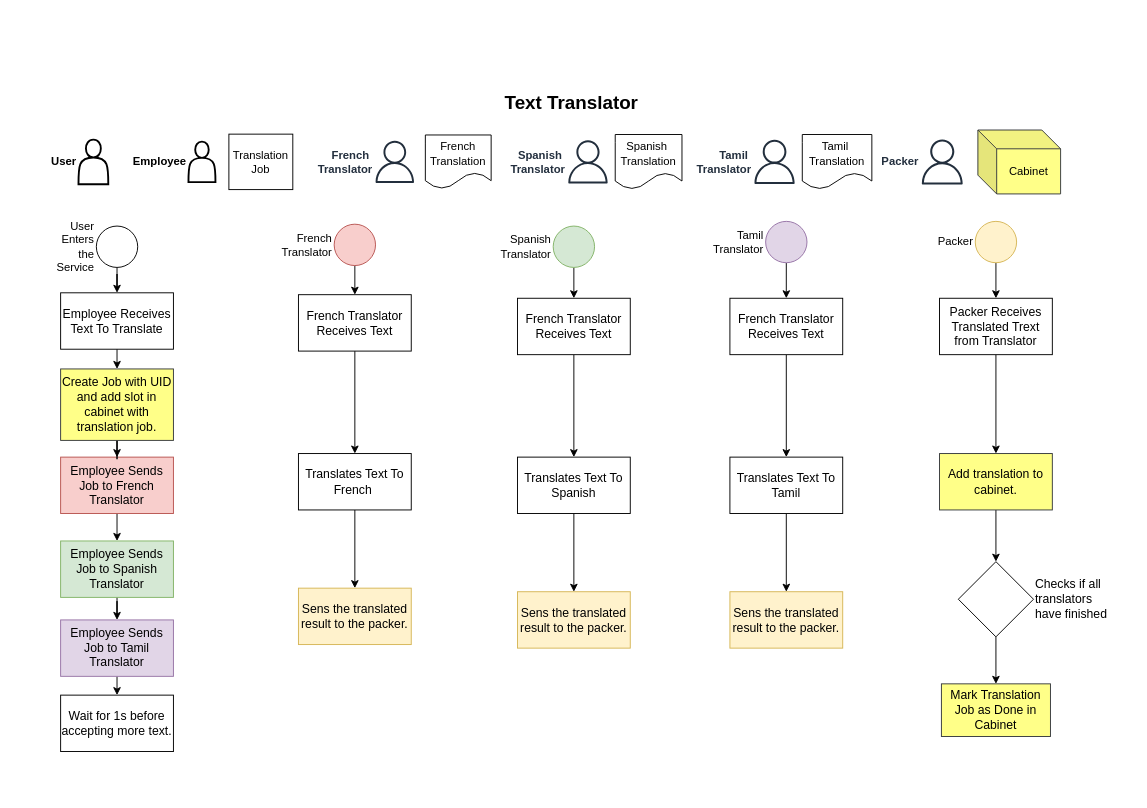
vishalpalaniappan/asp-adli-python keeps this draw.io diagram as page "text-translator" (6 of 7) of sample/LibraryManager.drawio. Above is the earlier version. Source tidied: cells renumbered, new cells numbered last; positions are measured from the earlier drawing's top-left corner, leaving out a move shared by most shapes. Both pictures are drawn from the tidied source at 94%, with x=0, y=0 at pixel (16, 70).
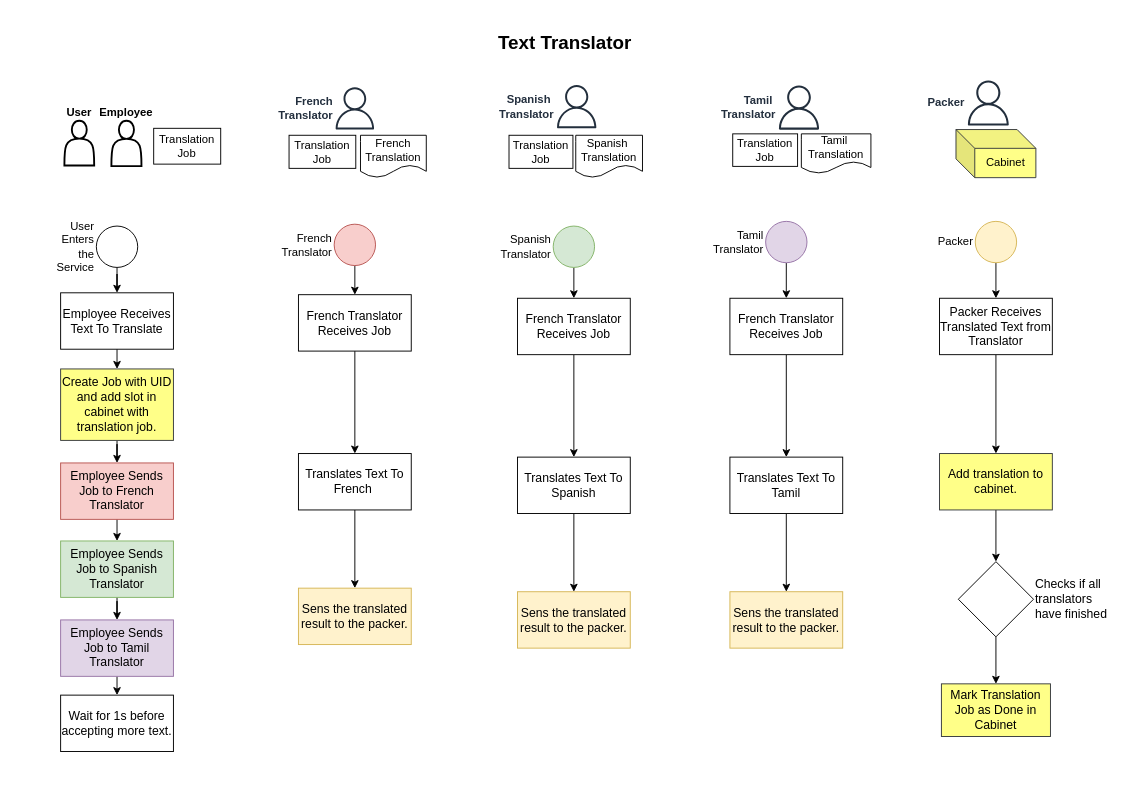
Above is the later version.

The edit, as a diff of the source:
```diff
@@
     <mxCell id="2" style="rounded=0;whiteSpace=wrap;html=1;strokeColor=none;" parent="1" vertex="1">
-      <mxGeometry width="1186" height="769" as="geometry" />
+      <mxGeometry y="-57" width="1186" height="826" as="geometry" />
     </mxCell>
@@
     <mxCell id="5" value="Text Translator&amp;nbsp;" style="text;html=1;align=center;verticalAlign=middle;whiteSpace=wrap;rounded=0;fontSize=20;fontStyle=1;" parent="1" vertex="1">
-      <mxGeometry x="437.5" y="19" width="311" height="30" as="geometry" />
+      <mxGeometry x="431" y="-45" width="311" height="30" as="geometry" />
     </mxCell>
-    <mxCell id="6" value="User" style="shape=actor;whiteSpace=wrap;html=1;strokeWidth=2;fontStyle=1;labelPosition=left;verticalLabelPosition=middle;align=right;verticalAlign=middle;fontSize=12;" parent="1" vertex="1">
-      <mxGeometry x="66" y="74" width="31.7" height="47.5" as="geometry" />
+    <mxCell id="6" value="User" style="shape=actor;whiteSpace=wrap;html=1;strokeWidth=2;fontStyle=1;labelPosition=center;verticalLabelPosition=top;align=center;verticalAlign=bottom;fontSize=12;" parent="1" vertex="1">
+      <mxGeometry x="51" y="54" width="31.7" height="47.5" as="geometry" />
     </mxCell>
-    <mxCell id="7" value="French&amp;nbsp;&lt;div style=&quot;font-size: 12px;&quot;&gt;Translator&lt;/div&gt;" style="sketch=0;fontColor=#232F3E;gradientColor=none;fillColor=#232F3D;strokeColor=none;dashed=0;verticalLabelPosition=middle;verticalAlign=middle;align=right;html=1;fontSize=12;fontStyle=1;shape=mxgraph.aws4.user;labelPosition=left;" parent="1" vertex="1">
-      <mxGeometry x="380" y="75.2" width="45" height="45" as="geometry" />
+    <mxCell id="7" value="&lt;div&gt;French&lt;/div&gt;&lt;div&gt;Translator&lt;/div&gt;" style="sketch=0;fontColor=#232F3E;gradientColor=none;fillColor=#232F3D;strokeColor=none;dashed=0;verticalLabelPosition=middle;verticalAlign=middle;align=right;html=1;fontSize=12;fontStyle=1;shape=mxgraph.aws4.user;labelPosition=left;" parent="1" vertex="1">
+      <mxGeometry x="337.5" y="18.3" width="45" height="45" as="geometry" />
     </mxCell>
     <mxCell id="8" value="Spanish&amp;nbsp;&lt;div style=&quot;font-size: 12px;&quot;&gt;Translator&lt;/div&gt;" style="sketch=0;fontColor=#232F3E;gradientColor=none;fillColor=#232F3D;strokeColor=none;dashed=0;verticalLabelPosition=middle;verticalAlign=middle;align=right;html=1;fontSize=12;fontStyle=1;shape=mxgraph.aws4.user;labelPosition=left;" parent="1" vertex="1">
-      <mxGeometry x="585" y="74.8" width="46" height="46" as="geometry" />
+      <mxGeometry x="573" y="16" width="46" height="46" as="geometry" />
     </mxCell>
     <mxCell id="9" value="Tamil&amp;nbsp;&lt;div style=&quot;font-size: 12px;&quot;&gt;Translator&lt;/div&gt;" style="sketch=0;fontColor=#232F3E;gradientColor=none;fillColor=#232F3D;strokeColor=none;dashed=0;verticalLabelPosition=middle;verticalAlign=middle;align=right;html=1;fontSize=12;fontStyle=1;shape=mxgraph.aws4.user;labelPosition=left;" parent="1" vertex="1">
-      <mxGeometry x="783" y="74.2" width="47" height="47" as="geometry" />
+      <mxGeometry x="809" y="16.4" width="47" height="47" as="geometry" />
     </mxCell>
-    <mxCell id="10" value="Employee" style="shape=actor;whiteSpace=wrap;html=1;strokeWidth=2;fontStyle=1;labelPosition=left;verticalLabelPosition=middle;align=right;verticalAlign=middle;fontSize=12;" parent="1" vertex="1">
-      <mxGeometry x="183" y="76.2" width="28.7" height="43" as="geometry" />
+    <mxCell id="10" value="Employee" style="shape=actor;whiteSpace=wrap;html=1;strokeWidth=2;fontStyle=1;labelPosition=center;verticalLabelPosition=top;align=center;verticalAlign=bottom;fontSize=12;" parent="1" vertex="1">
+      <mxGeometry x="101" y="54" width="32" height="48.2" as="geometry" />
     </mxCell>
@@
     <mxCell id="14" value="Employee Sends Job to French Translator" style="rounded=0;whiteSpace=wrap;html=1;fontSize=13;fillColor=#f8cecc;strokeColor=#b85450;" parent="1" vertex="1">
-      <mxGeometry x="47" y="411.8" width="120" height="60" as="geometry" />
+      <mxGeometry x="47" y="418" width="120" height="60" as="geometry" />
     </mxCell>
@@
-    <mxCell id="18" value="Employee Sends Job to Tamil Translator" style="rounded=0;whiteSpace=wrap;html=1;fontSize=13;fillColor=#e1d5e7;strokeColor=#9673a6;" parent="1" vertex="1">
+    <mxCell id="18" value="Employee Sends Job to&amp;nbsp;&lt;span style=&quot;background-color: initial;&quot;&gt;Tamil Translator&lt;/span&gt;" style="rounded=0;whiteSpace=wrap;html=1;fontSize=13;fillColor=#e1d5e7;strokeColor=#9673a6;" parent="1" vertex="1">
       <mxGeometry x="47" y="585" width="120" height="60" as="geometry" />
     </mxCell>
@@
-    <mxCell id="27" value="French Translator Receives Text" style="rounded=0;whiteSpace=wrap;html=1;fontSize=13;" parent="1" vertex="1">
+    <mxCell id="27" value="French Translator Receives Job" style="rounded=0;whiteSpace=wrap;html=1;fontSize=13;" parent="1" vertex="1">
       <mxGeometry x="300" y="239" width="120" height="60" as="geometry" />
     </mxCell>
@@
-    <mxCell id="32" value="French Translator Receives Text" style="rounded=0;whiteSpace=wrap;html=1;fontSize=13;" parent="1" vertex="1">
+    <mxCell id="32" value="French Translator Receives Job" style="rounded=0;whiteSpace=wrap;html=1;fontSize=13;" parent="1" vertex="1">
       <mxGeometry x="533" y="242.8" width="120" height="60" as="geometry" />
     </mxCell>
@@
-    <mxCell id="37" value="French Translator Receives Text" style="rounded=0;whiteSpace=wrap;html=1;fontSize=13;" parent="1" vertex="1">
+    <mxCell id="37" value="French Translator Receives Job" style="rounded=0;whiteSpace=wrap;html=1;fontSize=13;" parent="1" vertex="1">
       <mxGeometry x="759" y="242.8" width="120" height="60" as="geometry" />
     </mxCell>
@@
-    <mxCell id="44" value="Packer Receives Translated Trext from Translator" style="rounded=0;whiteSpace=wrap;html=1;fontSize=13;" parent="1" vertex="1">
+    <mxCell id="44" value="Packer Receives Translated Text from Translator" style="rounded=0;whiteSpace=wrap;html=1;fontSize=13;" parent="1" vertex="1">
       <mxGeometry x="982" y="242.8" width="120" height="60" as="geometry" />
     </mxCell>
@@
-    <mxCell id="50" value="French&lt;div&gt;Translation&lt;/div&gt;" style="shape=document;whiteSpace=wrap;html=1;boundedLbl=1;" parent="1" vertex="1">
-      <mxGeometry x="435" y="69.1" width="70" height="57.2" as="geometry" />
-    </mxCell>
-    <mxCell id="51" value="Spanish&amp;nbsp;&lt;div&gt;Translation&lt;/div&gt;" style="shape=document;whiteSpace=wrap;html=1;boundedLbl=1;" parent="1" vertex="1">
-      <mxGeometry x="637" y="68.6" width="71" height="58.2" as="geometry" />
-    </mxCell>
-    <mxCell id="52" value="Tamil&amp;nbsp;&lt;div&gt;Translation&lt;/div&gt;" style="shape=document;whiteSpace=wrap;html=1;boundedLbl=1;" parent="1" vertex="1">
-      <mxGeometry x="836" y="68.6" width="74" height="58.2" as="geometry" />
-    </mxCell>
     <mxCell id="53" value="Packer" style="sketch=0;fontColor=#232F3E;gradientColor=none;fillColor=#232F3D;strokeColor=none;dashed=0;verticalLabelPosition=middle;verticalAlign=middle;align=right;html=1;fontSize=12;fontStyle=1;shape=mxgraph.aws4.user;labelPosition=left;" parent="1" vertex="1">
-      <mxGeometry x="961" y="73.9" width="47.8" height="47.8" as="geometry" />
+      <mxGeometry x="1010" y="11.2" width="47.8" height="47.8" as="geometry" />
     </mxCell>
     <mxCell id="54" value="Cabinet" style="shape=cube;whiteSpace=wrap;html=1;boundedLbl=1;backgroundOutline=1;darkOpacity=0.05;darkOpacity2=0.1;fillColor=#ffff88;strokeColor=#36393d;" parent="1" vertex="1">
-      <mxGeometry x="1022.8" y="63.8" width="88" height="68" as="geometry" />
+      <mxGeometry x="999.5" y="63.3" width="85" height="51.2" as="geometry" />
     </mxCell>
@@
     <mxCell id="57" value="Translation Job" style="rounded=0;whiteSpace=wrap;html=1;" parent="1" vertex="1">
-      <mxGeometry x="226" y="68.2" width="68" height="59" as="geometry" />
+      <mxGeometry x="146" y="62" width="71.3" height="38.1" as="geometry" />
     </mxCell>
+    <mxCell id="58" style="group;" parent="1" vertex="1">
+      <mxGeometry x="756" y="67.9" width="153" height="42.1" as="geometry" />
+    </mxCell>
+    <mxCell id="52" value="Tamil&amp;nbsp;&lt;div&gt;Translation&lt;/div&gt;" style="shape=document;whiteSpace=wrap;html=1;boundedLbl=1;" parent="58" vertex="1">
+      <mxGeometry x="79" width="74" height="42.1" as="geometry" />
+    </mxCell>
+    <mxCell id="59" value="&lt;div&gt;&lt;span style=&quot;background-color: initial;&quot;&gt;Translation Job&lt;/span&gt;&lt;br&gt;&lt;/div&gt;" style="rounded=0;whiteSpace=wrap;html=1;" parent="58" vertex="1">
+      <mxGeometry x="6" width="69" height="34.6" as="geometry" />
+    </mxCell>
+    <mxCell id="60" style="group;" parent="1" vertex="1">
+      <mxGeometry x="520" y="69.4" width="146" height="45.1" as="geometry" />
+    </mxCell>
+    <mxCell id="51" value="Spanish&amp;nbsp;&lt;div&gt;Translation&lt;/div&gt;" style="shape=document;whiteSpace=wrap;html=1;boundedLbl=1;" parent="60" vertex="1">
+      <mxGeometry x="75" width="71" height="45.1" as="geometry" />
+    </mxCell>
+    <mxCell id="61" value="&lt;div&gt;&lt;span style=&quot;background-color: initial;&quot;&gt;Translation Job&lt;/span&gt;&lt;br&gt;&lt;/div&gt;" style="rounded=0;whiteSpace=wrap;html=1;" parent="60" vertex="1">
+      <mxGeometry x="4" width="68" height="35.2" as="geometry" />
+    </mxCell>
+    <mxCell id="62" style="group;" parent="1" vertex="1">
+      <mxGeometry x="284" y="69.4" width="152" height="45.1" as="geometry" />
+    </mxCell>
+    <mxCell id="63" style="group;" parent="62" vertex="1">
+      <mxGeometry width="152" height="45.1" as="geometry" />
+    </mxCell>
+    <mxCell id="50" value="French&lt;div&gt;Translation&lt;/div&gt;" style="shape=document;whiteSpace=wrap;html=1;boundedLbl=1;" parent="63" vertex="1">
+      <mxGeometry x="82" width="70" height="45.1" as="geometry" />
+    </mxCell>
+    <mxCell id="64" value="&lt;div&gt;&lt;span style=&quot;background-color: initial;&quot;&gt;Translation Job&lt;/span&gt;&lt;br&gt;&lt;/div&gt;" style="rounded=0;whiteSpace=wrap;html=1;" parent="63" vertex="1">
+      <mxGeometry x="6" width="71" height="35.2" as="geometry" />
+    </mxCell>
```
